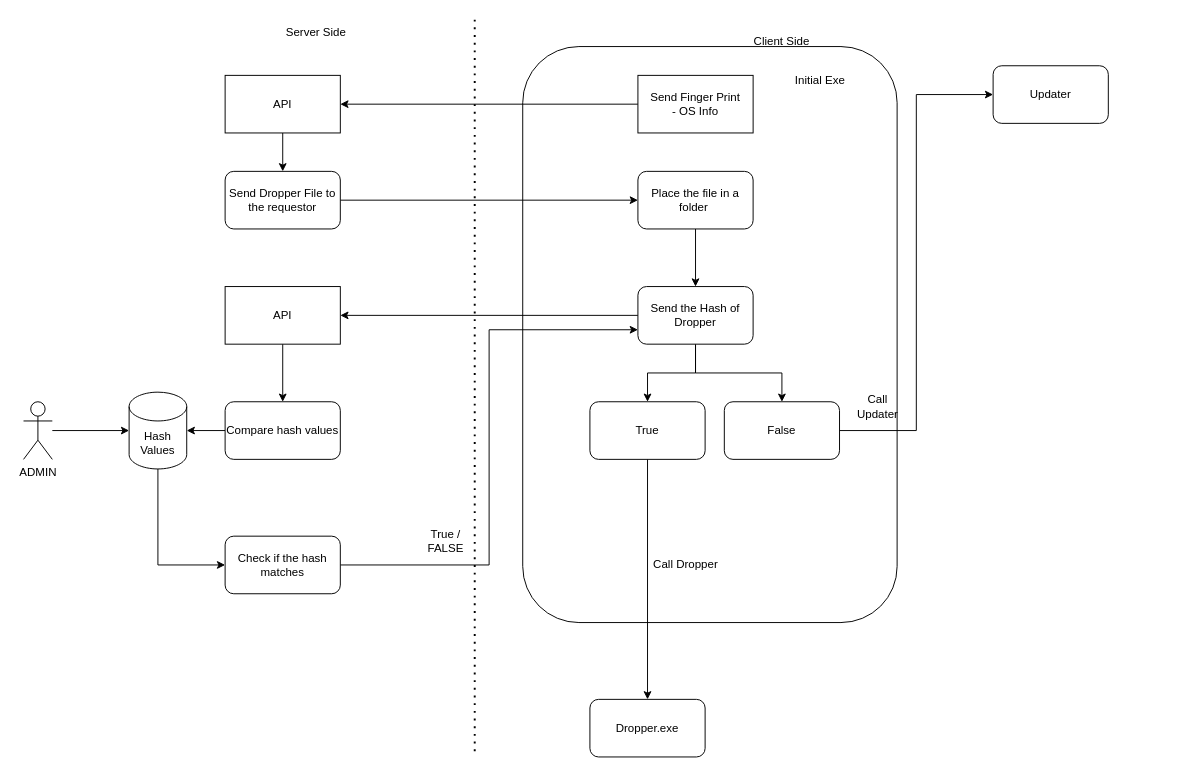
The draw.io diagram Untitled Diagram.drawio in sandeepshenoyh/MyCode, before the edit. Source tidied: cells renumbered, new cells numbered last; positions are measured from the earlier drawing's top-left corner, leaving out a move shared by most shapes. Both pictures are drawn from the tidied source at 96%, with x=0, y=0 at pixel (23, 17).
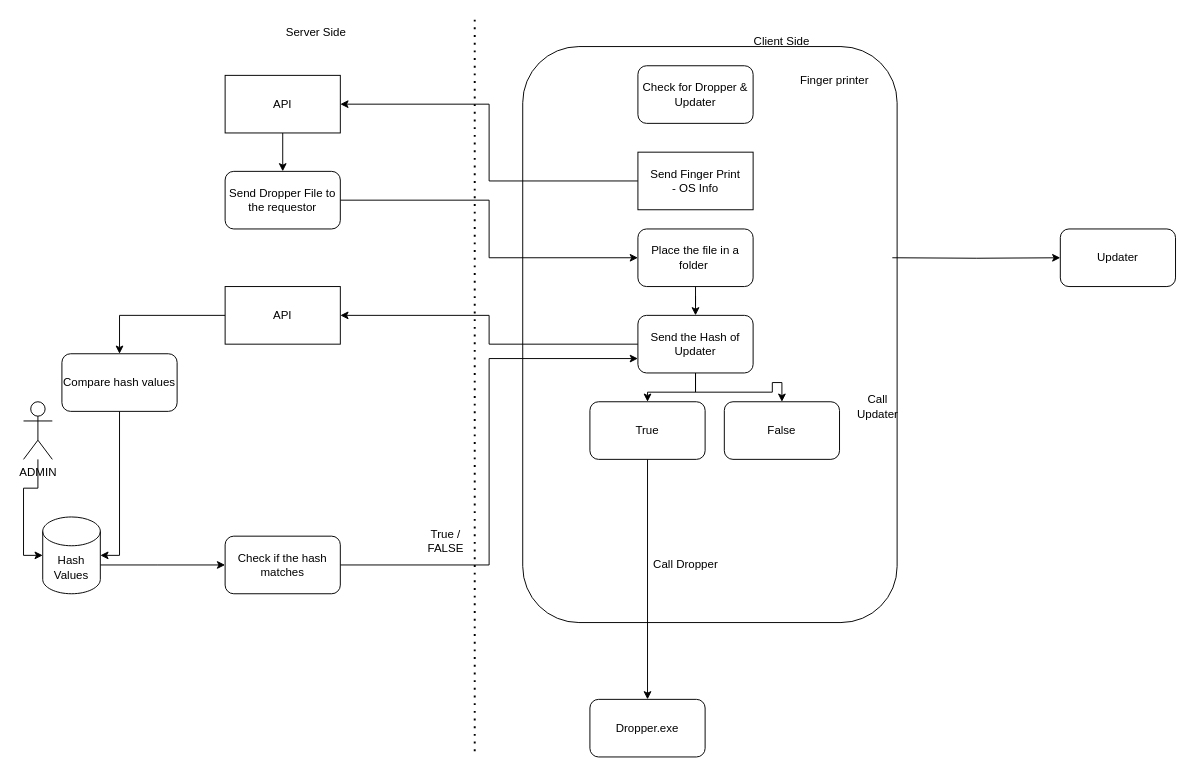
After the change.

Unchanged cells that the change refers to:
```xml
<mxCell id="27" value="False" style="rounded=1;whiteSpace=wrap;html=1;" parent="1" vertex="1">
  <mxGeometry x="730" y="400" width="120" height="60" as="geometry" />
</mxCell>
```

Change to the diagram source:
```diff
@@
     <mxCell id="4" value="Send Finger Print&lt;br&gt;- OS Info" style="rounded=0;whiteSpace=wrap;html=1;" parent="1" vertex="1">
-      <mxGeometry x="640" y="60" width="120" height="60" as="geometry" />
+      <mxGeometry x="640" y="140" width="120" height="60" as="geometry" />
     </mxCell>
@@
     <mxCell id="8" value="Hash Values" style="shape=cylinder3;whiteSpace=wrap;html=1;boundedLbl=1;backgroundOutline=1;size=15;" parent="1" vertex="1">
-      <mxGeometry x="110" y="390" width="60" height="80" as="geometry" />
+      <mxGeometry x="20" y="520" width="60" height="80" as="geometry" />
     </mxCell>
@@
-    <mxCell id="11" style="edgeStyle=orthogonalEdgeStyle;rounded=0;jettySize=auto;html=1;entryX=0.5;entryY=0;entryDx=0;entryDy=0;" parent="1" edge="1" source="12" target="16">
+    <mxCell id="11" style="edgeStyle=orthogonalEdgeStyle;rounded=0;jettySize=auto;html=1;" parent="1" edge="1" source="12" target="16">
       <mxGeometry relative="1" as="geometry" />
     </mxCell>
     <mxCell id="12" value="Place the file in a folder&amp;nbsp;" style="rounded=1;whiteSpace=wrap;html=1;" parent="1" vertex="1">
-      <mxGeometry x="640" y="160" width="120" height="60" as="geometry" />
+      <mxGeometry x="640" y="220" width="120" height="60" as="geometry" />
     </mxCell>
@@
-    <mxCell id="16" value="Send the Hash of Dropper" style="rounded=1;whiteSpace=wrap;html=1;" parent="1" vertex="1">
-      <mxGeometry x="640" y="280" width="120" height="60" as="geometry" />
+    <mxCell id="16" value="Send the Hash of Updater" style="rounded=1;whiteSpace=wrap;html=1;" parent="1" vertex="1">
+      <mxGeometry x="640" y="310" width="120" height="60" as="geometry" />
     </mxCell>
@@
     <mxCell id="20" value="Compare hash values" style="rounded=1;whiteSpace=wrap;html=1;" parent="1" vertex="1">
-      <mxGeometry x="210" y="400" width="120" height="60" as="geometry" />
+      <mxGeometry x="40" y="350" width="120" height="60" as="geometry" />
     </mxCell>
@@
-    <mxCell id="26" style="edgeStyle=orthogonalEdgeStyle;rounded=0;jettySize=auto;html=1;entryX=0;entryY=0.5;entryDx=0;entryDy=0;" parent="1" edge="1" source="27" target="29">
-      <mxGeometry relative="1" as="geometry" />
+    <mxCell id="26" style="edgeStyle=orthogonalEdgeStyle;rounded=0;jettySize=auto;html=1;entryX=0;entryY=0.5;entryDx=0;entryDy=0;exitX=1;exitY=0.5;exitDx=0;exitDy=0;" parent="1" edge="1" target="29">
+      <mxGeometry relative="1" as="geometry">
+        <mxPoint x="905" y="250" as="sourcePoint" />
+      </mxGeometry>
     </mxCell>
@@
     <mxCell id="29" value="Updater" style="rounded=1;whiteSpace=wrap;html=1;" parent="1" vertex="1">
-      <mxGeometry x="1010" y="50" width="120" height="60" as="geometry" />
+      <mxGeometry x="1080" y="220" width="120" height="60" as="geometry" />
     </mxCell>
@@
-    <mxCell id="35" value="Initial Exe" style="text;html=1;strokeColor=none;fillColor=none;align=center;verticalAlign=middle;whiteSpace=wrap;rounded=0;" parent="1" vertex="1">
-      <mxGeometry x="800" y="50" width="60" height="30" as="geometry" />
+    <mxCell id="35" value="Finger printer" style="text;html=1;strokeColor=none;fillColor=none;align=center;verticalAlign=middle;whiteSpace=wrap;rounded=0;" parent="1" vertex="1">
+      <mxGeometry x="800" y="50" width="90" height="30" as="geometry" />
     </mxCell>
@@
+    <mxCell id="38" value="Check for Dropper &amp;amp; Updater" style="rounded=1;whiteSpace=wrap;html=1;" parent="1" vertex="1">
+      <mxGeometry x="640" y="50" width="120" height="60" as="geometry" />
+    </mxCell>
```
